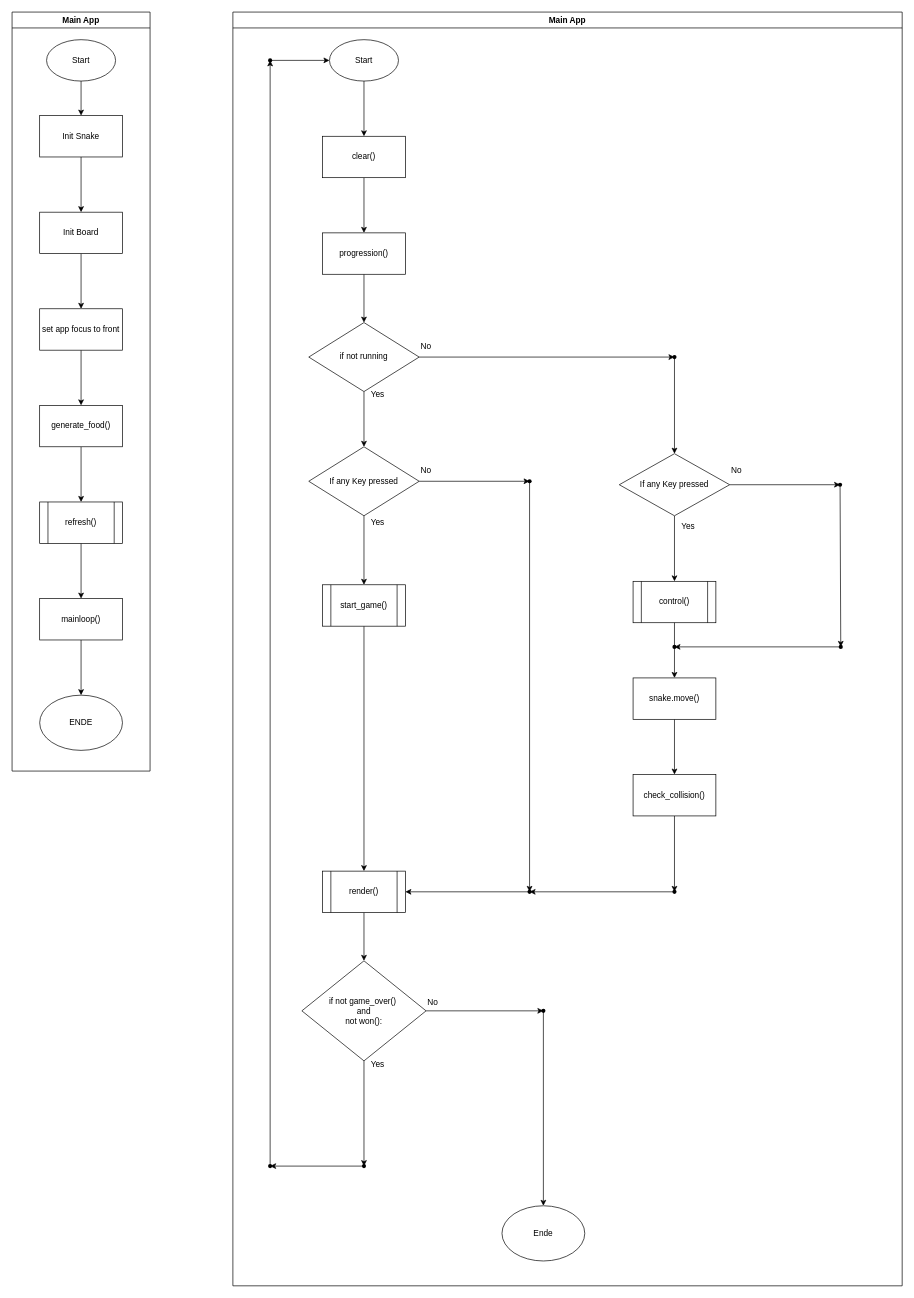
Before: docs/pap.png.drawio in Xeferis/CN106-Snake, a draw.io diagram. Source tidied: cells renumbered, new cells numbered last; positions are measured from the earlier drawing's top-left corner, leaving out a move shared by most shapes. Both pictures are drawn from the tidied source at 69%, with x=0, y=0 at pixel (12, 12).
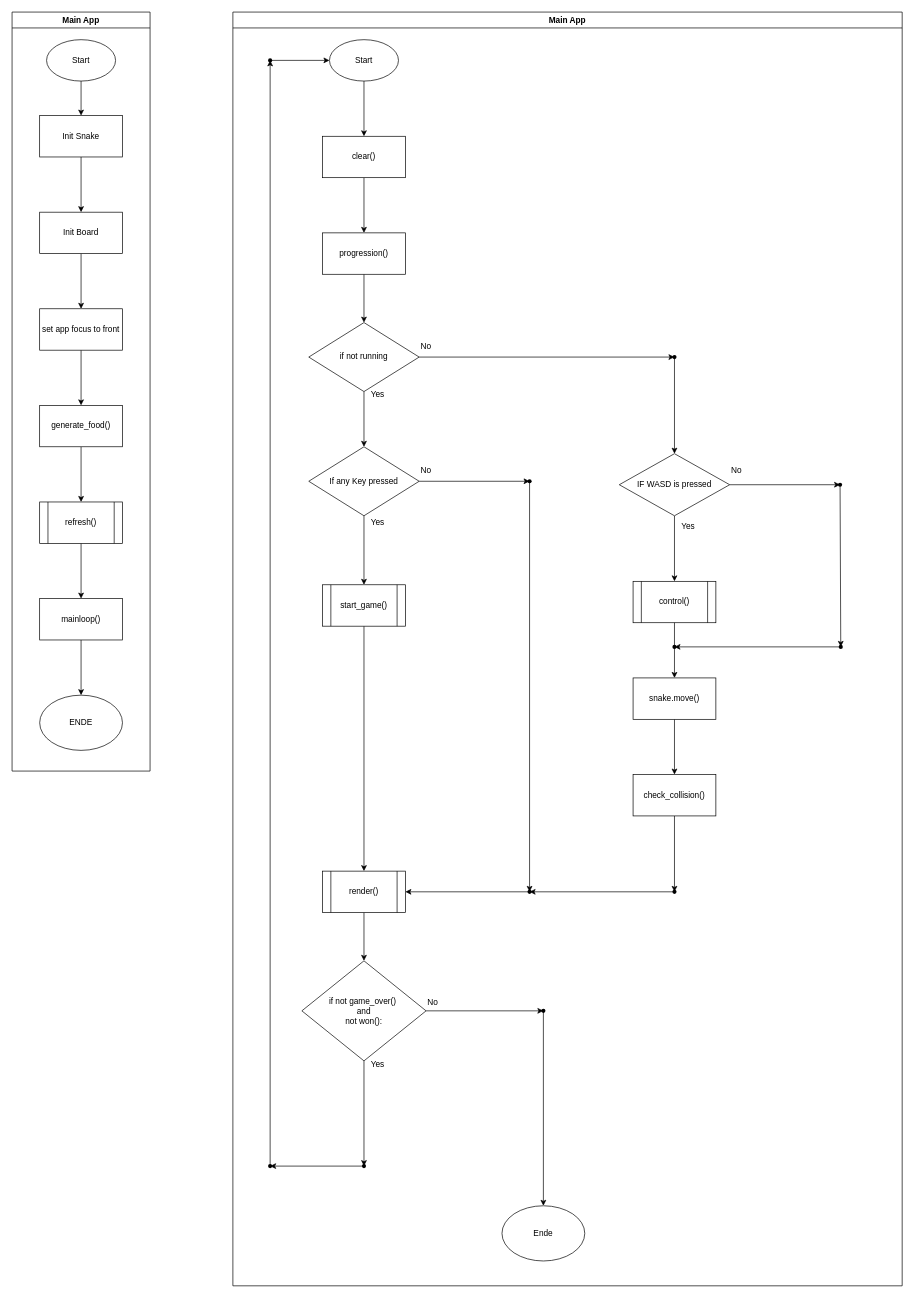
The same diagram, later.

Commit message:
Corrected pap if

What changed in the source:
```diff
@@
-    <mxCell id="44" value="If any Key pressed" style="rhombus;whiteSpace=wrap;html=1;sketch=0;" parent="1" vertex="1">
+    <mxCell id="44" value="IF WASD is pressed" style="rhombus;whiteSpace=wrap;html=1;sketch=0;" parent="1" vertex="1">
       <mxGeometry x="880" y="640" width="160" height="90" as="geometry" />
     </mxCell>
```
